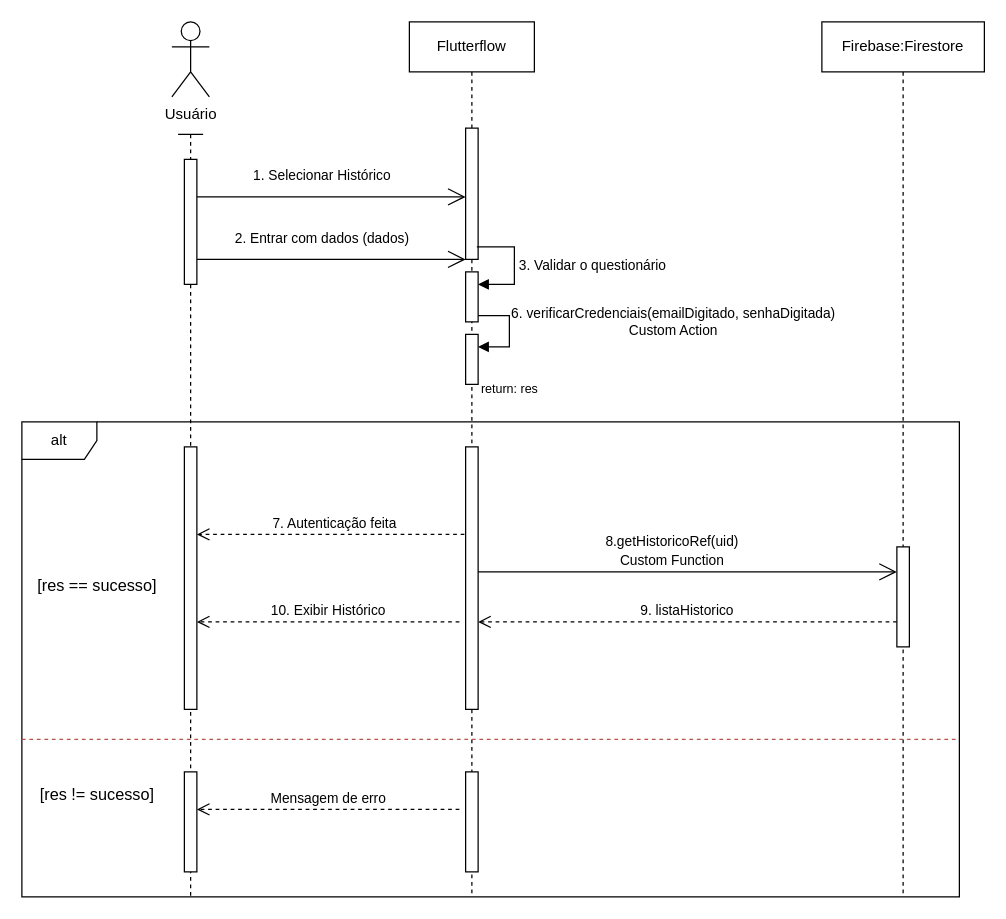
Above: diagrams/sequenciaHistorico.drawio in Papuguinho/Papuguinho-diagrams (draw.io), before the change. Source tidied: cells renumbered, new cells numbered last; positions are measured from the earlier drawing's top-left corner, leaving out a move shared by most shapes. Both pictures are drawn from the tidied source at 125%, with x=0, y=0 at pixel (21, 21).
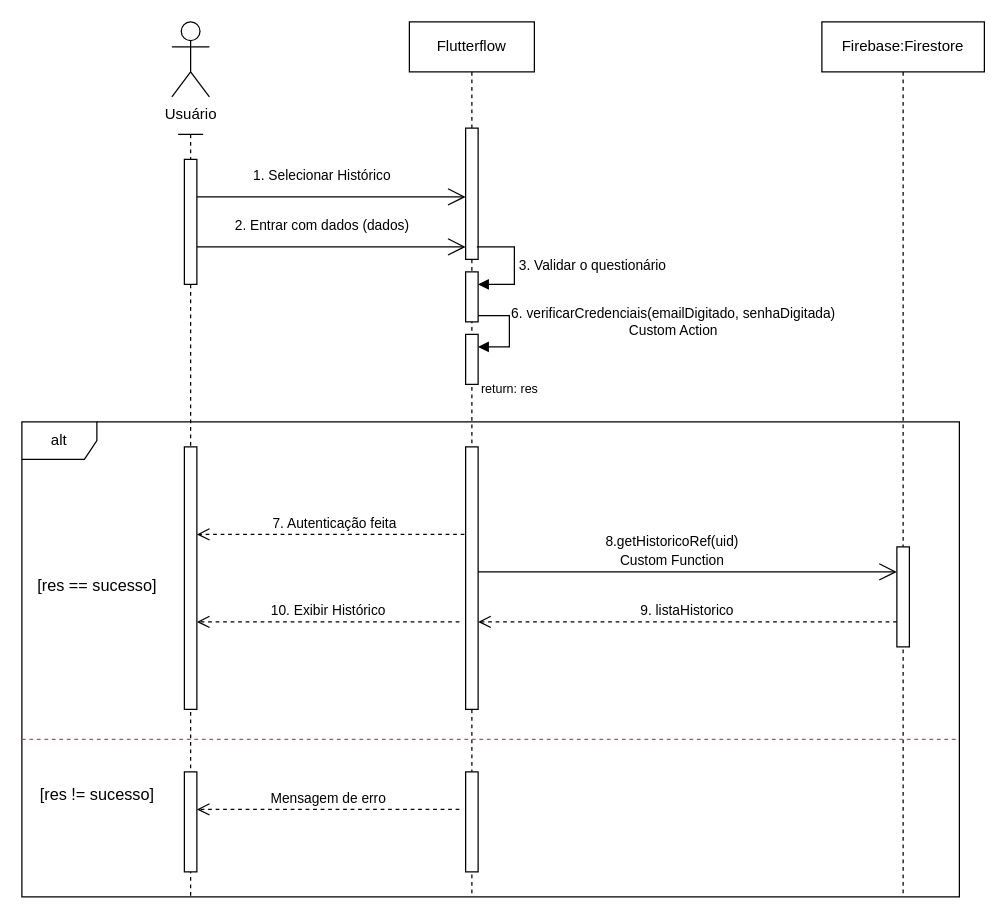
The same page after the edit.

Commit message (it also covers changes not shown here):
DOCS: Arruma  o sequenciaHistotico

The change refers to these unchanged cells:
```xml
<mxCell id="7" style="html=1;points=[[0,0,0,0,5],[0,1,0,0,-5],[1,0,0,0,5],[1,1,0,0,-5]];perimeter=orthogonalPerimeter;outlineConnect=0;targetShapes=umlLifeline;portConstraint=eastwest;newEdgeStyle={&quot;curved&quot;:0,&quot;rounded&quot;:0};" parent="6" vertex="1">
  <mxGeometry x="45" y="85" width="10" height="105" as="geometry" />
</mxCell>
```

What changed in the source:
```diff
@@
-    <mxCell id="15" style="endArrow=open;endFill=1;endSize=12;html=1;rounded=0;" parent="1" edge="1" target="7">
+    <mxCell id="15" style="endArrow=open;endFill=1;endSize=12;html=1;rounded=0;" parent="1" edge="1">
       <mxGeometry relative="1" as="geometry">
-        <mxPoint x="140" y="190" as="sourcePoint" />
+        <mxPoint x="140" y="180" as="sourcePoint" />
+        <mxPoint x="355" y="180" as="targetPoint" />
+        <Array as="points">
+          <mxPoint x="270" y="180" />
+        </Array>
       </mxGeometry>
     </mxCell>
     <mxCell id="16" value="&lt;span style=&quot;font-weight: normal;&quot;&gt;&lt;font style=&quot;font-size: 11px;&quot;&gt;2. Entrar com dados (dados)&lt;/font&gt;&lt;/span&gt;" style="text;align=center;fontStyle=1;verticalAlign=middle;spacingLeft=3;spacingRight=3;strokeColor=none;html=1;" parent="1" vertex="1">
-      <mxGeometry x="200" y="160" width="80" height="26" as="geometry" />
+      <mxGeometry x="200" y="150" width="80" height="26" as="geometry" />
     </mxCell>
```
